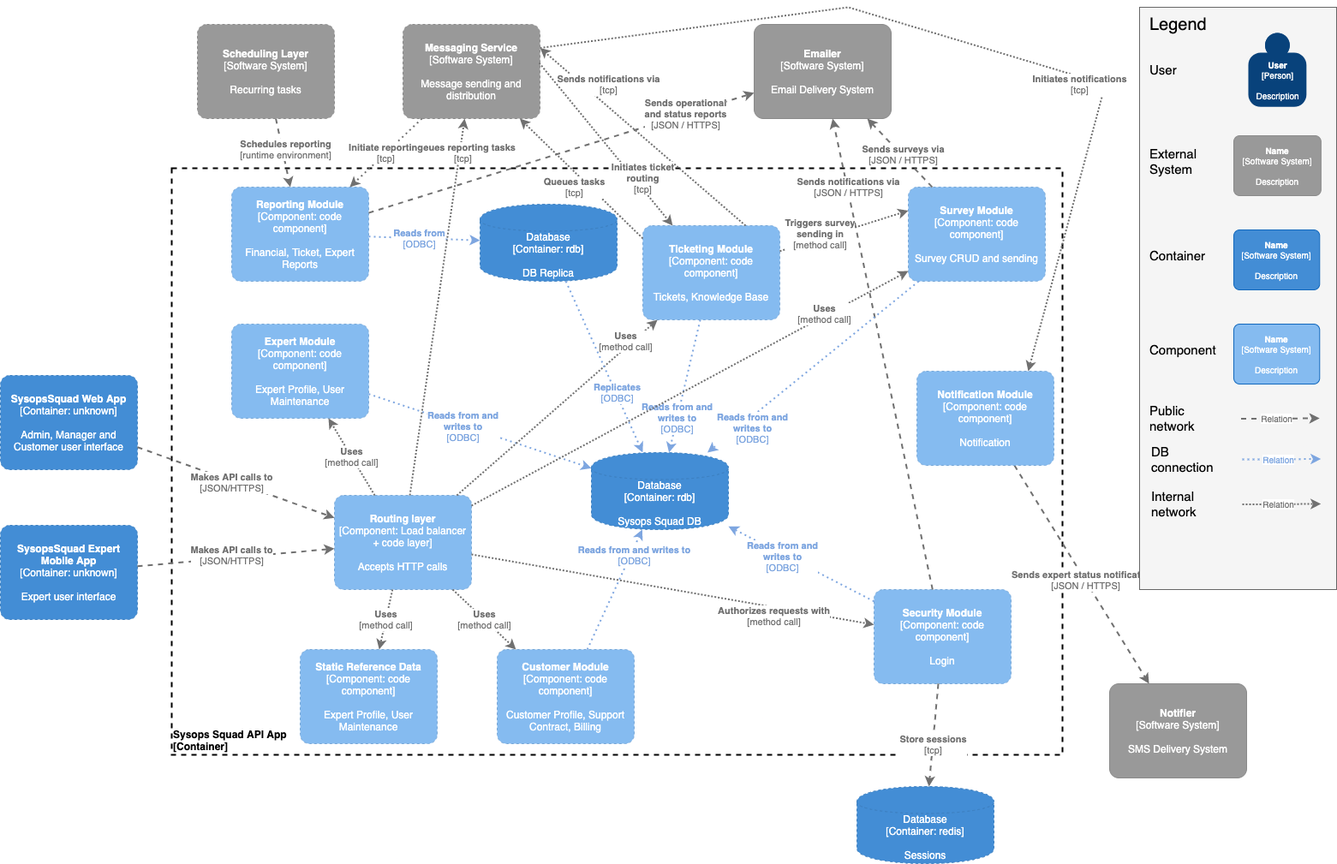
This is proposal/async-notification.png from Kata-Teamm8s/SysopsSquad-Archit-Kata, a draw.io export, as it was before one commit. Source tidied: cells renumbered, new cells last; positions are measured from the earlier drawing's top-left corner, leaving out a move shared by most shapes.
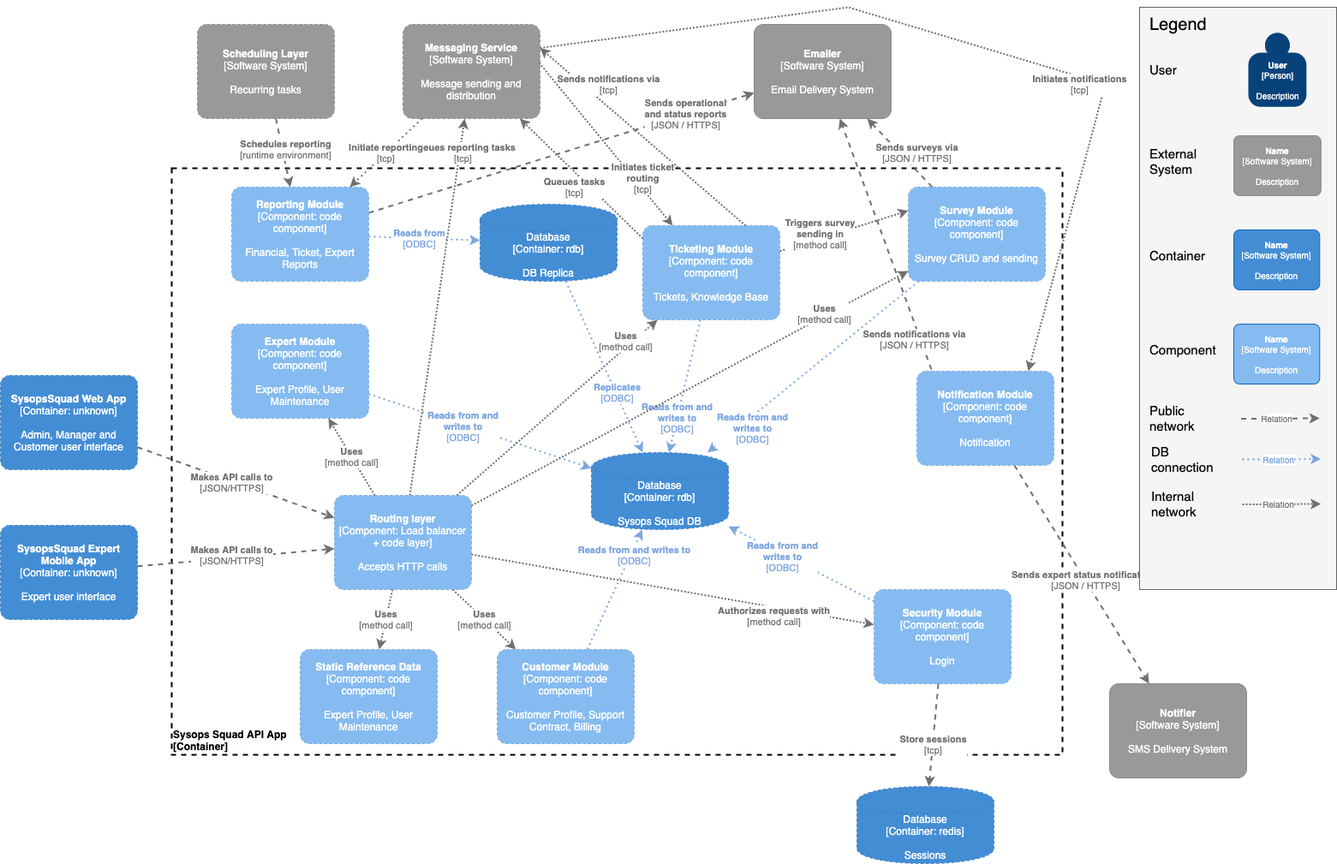
The same file after the commit.

The edit, as a diff of the source:
```diff
@@ -78,8 +78,8 @@
       </mxCell>
     </object>
     <object id="17" label="&lt;div style=&quot;text-align: left&quot;&gt;&lt;div style=&quot;text-align: center&quot;&gt;&lt;b&gt;%c4Description%&lt;/b&gt;&lt;/div&gt;&lt;div style=&quot;text-align: center&quot;&gt;[%c4Technology%]&lt;/div&gt;&lt;/div&gt;" c4Description="Sends notifications via" c4Technology="JSON / HTTPS" c4Type="Relationship" placeholders="1">
-      <mxCell style="edgeStyle=none;rounded=0;html=1;jettySize=auto;strokeColor=#707070;strokeWidth=2;fontColor=#707070;jumpStyle=none;dashed=1;metaData={&quot;c4Type&quot;:{&quot;editable&quot;:false}};" parent="1" edge="1" source="5" target="14">
-        <mxGeometry x="0.71" y="-1" relative="1" as="geometry" />
+      <mxCell style="edgeStyle=none;rounded=0;html=1;jettySize=auto;strokeColor=#707070;strokeWidth=2;fontColor=#707070;jumpStyle=none;dashed=1;metaData={&quot;c4Type&quot;:{&quot;editable&quot;:false}};exitX=0.106;exitY=-0.018;exitDx=0;exitDy=0;exitPerimeter=0;" parent="1" edge="1" source="63" target="14">
+        <mxGeometry x="-0.74" y="7" relative="1" as="geometry" />
       </mxCell>
     </object>
     <object id="18" label="&lt;div style=&quot;text-align: left&quot;&gt;&lt;div style=&quot;text-align: center&quot;&gt;&lt;b&gt;%c4Description%&lt;/b&gt;&lt;/div&gt;&lt;div style=&quot;text-align: center&quot;&gt;[%c4Technology%]&lt;/div&gt;&lt;/div&gt;" c4Description="Sends expert status notifications" c4Technology="JSON / HTTPS" c4Type="Relationship" placeholders="1">
@@ -178,7 +178,9 @@
     </object>
     <object id="36" label="&lt;div style=&quot;text-align: left&quot;&gt;&lt;div style=&quot;text-align: center&quot;&gt;&lt;b&gt;%c4Description%&lt;/b&gt;&lt;/div&gt;&lt;div style=&quot;text-align: center&quot;&gt;[%c4Technology%]&lt;/div&gt;&lt;/div&gt;" c4Description="Sends surveys via" c4Technology="JSON / HTTPS" c4Type="Relationship" placeholders="1">
       <mxCell style="edgeStyle=none;rounded=0;html=1;jettySize=auto;strokeColor=#707070;strokeWidth=2;fontColor=#707070;jumpStyle=none;dashed=1;metaData={&quot;c4Type&quot;:{&quot;editable&quot;:false}};" parent="1" edge="1" source="32" target="14">
-        <mxGeometry x="-0.07" y="-1" relative="1" as="geometry" />
+        <mxGeometry x="-0.25" y="-15" relative="1" as="geometry">
+          <mxPoint x="-1" as="offset" />
+        </mxGeometry>
       </mxCell>
     </object>
     <object id="37" label="&lt;div style=&quot;text-align: left&quot;&gt;&lt;div style=&quot;text-align: center&quot;&gt;&lt;b&gt;%c4Description%&lt;/b&gt;&lt;/div&gt;&lt;div style=&quot;text-align: center&quot;&gt;[%c4Technology%]&lt;/div&gt;&lt;/div&gt;" c4Description="Reads from and&#10;writes to" c4Technology="ODBC" c4Type="Relationship" placeholders="1">
```
